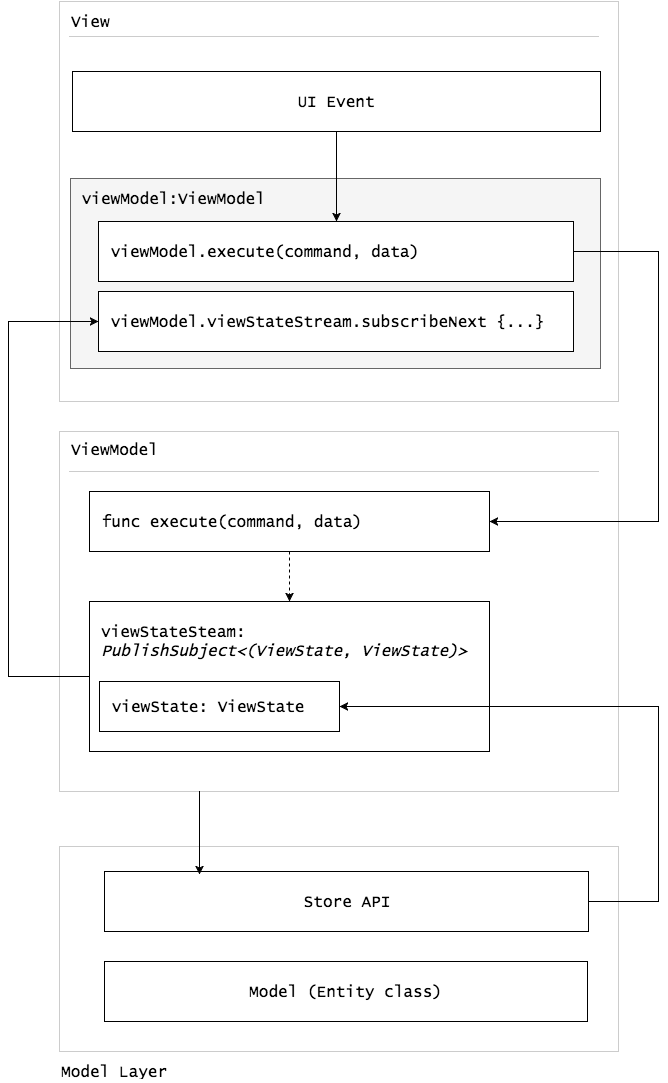
This is assets/MVVM.png from rickyngk/swift-mvvm, a draw.io export, as it was before one commit. Source tidied: cells renumbered, new cells last; positions are measured from the earlier drawing's top-left corner, leaving out a move shared by most shapes. The source it was exported from:
```xml
<mxGraphModel background="#ffffff">
  <root>
    <mxCell id="0" />
    <mxCell id="1" parent="0" />
    <mxCell id="2" style="whiteSpace=wrap;html=1;fontFamily=Lucida Console;fontSize=16;align=left;strokeColor=#CCCCCC;" parent="1" vertex="1">
      <mxGeometry x="51" y="845" width="559" height="205" as="geometry" />
    </mxCell>
    <mxCell id="3" style="whiteSpace=wrap;html=1;fontFamily=Lucida Console;fontSize=16;align=left;strokeColor=#CCCCCC;" parent="1" vertex="1">
      <mxGeometry x="51" width="559" height="400" as="geometry" />
    </mxCell>
    <mxCell id="4" style="whiteSpace=wrap;html=1;fontFamily=Lucida Console;fontSize=16;align=left;strokeColor=#CCCCCC;" parent="1" vertex="1">
      <mxGeometry x="51" y="430" width="559" height="360" as="geometry" />
    </mxCell>
    <mxCell id="5" value="ViewModel" style="text;html=1;strokeColor=none;fillColor=none;align=left;verticalAlign=middle;whiteSpace=wrap;overflow=hidden;fontFamily=Lucida Console;fontSize=16;" parent="1" vertex="1">
      <mxGeometry x="61" y="438" width="110" height="20" as="geometry" />
    </mxCell>
    <mxCell id="6" value="View" style="text;html=1;strokeColor=none;fillColor=none;align=left;verticalAlign=middle;whiteSpace=wrap;overflow=hidden;fontFamily=Lucida Console;fontSize=16;" parent="1" vertex="1">
      <mxGeometry x="61" y="10" width="110" height="20" as="geometry" />
    </mxCell>
    <mxCell id="7" value="&amp;nbsp;func&amp;nbsp;&lt;span style=&quot;line-height: 1.2&quot;&gt;execute(command, data)&lt;/span&gt;" style="whiteSpace=wrap;html=1;fontFamily=Lucida Console;fontSize=16;align=left;" parent="1" vertex="1">
      <mxGeometry x="81" y="490" width="400" height="60" as="geometry" />
    </mxCell>
    <mxCell id="8" style="group;plain-gray;fillColor=none;" parent="1" vertex="1">
      <mxGeometry x="81" y="600" width="400" height="150" as="geometry" />
    </mxCell>
    <mxCell id="9" style="whiteSpace=wrap;html=1;fontSize=16;align=left;" parent="8" vertex="1">
      <mxGeometry width="400" height="150" as="geometry" />
    </mxCell>
    <mxCell id="10" value="&amp;nbsp;v&lt;span style=&quot;line-height: 1.2&quot;&gt;iewState: ViewState&lt;/span&gt;" style="whiteSpace=wrap;html=1;fontSize=16;align=left;fontFamily=Lucida Console;" parent="8" vertex="1">
      <mxGeometry x="10" y="80" width="240" height="50" as="geometry" />
    </mxCell>
    <mxCell id="11" value="viewStateSteam:&lt;br&gt;&lt;i&gt;&lt;span style=&quot;line-height: 1.2&quot;&gt;PublishSubject&lt;/span&gt;&lt;span style=&quot;line-height: 1.2&quot;&gt;&amp;lt;(&lt;/span&gt;&lt;span style=&quot;line-height: 1.2&quot;&gt;ViewState&lt;/span&gt;&lt;span style=&quot;line-height: 1.2&quot;&gt;, &lt;/span&gt;&lt;span style=&quot;line-height: 1.2&quot;&gt;ViewState&lt;/span&gt;&lt;span style=&quot;line-height: 1.2&quot;&gt;)&amp;gt;&lt;/span&gt;&lt;/i&gt;" style="text;html=1;strokeColor=none;fillColor=none;align=left;verticalAlign=middle;whiteSpace=wrap;overflow=hidden;fontSize=16;fontFamily=Lucida Console;" parent="8" vertex="1">
      <mxGeometry x="10" y="10" width="380" height="60" as="geometry" />
    </mxCell>
    <mxCell id="12" style="line;html=1;strokeColor=#CCCCCC;gradientColor=none;fontFamily=Lucida Console;fontSize=16;align=left;strokeWidth=1;" parent="1" vertex="1">
      <mxGeometry x="61" y="465" width="529" height="10" as="geometry" />
    </mxCell>
    <mxCell id="13" style="line;html=1;strokeColor=#CCCCCC;gradientColor=none;fontFamily=Lucida Console;fontSize=16;align=left;strokeWidth=1;" parent="1" vertex="1">
      <mxGeometry x="61" y="30" width="529" height="10" as="geometry" />
    </mxCell>
    <mxCell id="14" style="group;" parent="1" vertex="1">
      <mxGeometry x="62" y="177" width="530" height="190" as="geometry" />
    </mxCell>
    <mxCell id="15" style="whiteSpace=wrap;html=1;fontSize=16;align=left;fontFamily=Lucida Console;plain-gray;gradientColor=none;" parent="14" vertex="1">
      <mxGeometry width="530" height="190" as="geometry" />
    </mxCell>
    <mxCell id="16" value="&amp;nbsp;viewModel.viewStateStream.subscribeNext {...}" style="whiteSpace=wrap;html=1;fontFamily=Lucida Console;fontSize=16;align=left;" parent="14" vertex="1">
      <mxGeometry x="28" y="113" width="475" height="60" as="geometry" />
    </mxCell>
    <mxCell id="17" value="&amp;nbsp;viewModel.execute(command, data)" style="whiteSpace=wrap;html=1;fontFamily=Lucida Console;fontSize=16;align=left;" parent="14" vertex="1">
      <mxGeometry x="28" y="43" width="475" height="60" as="geometry" />
    </mxCell>
    <mxCell id="18" value="&amp;nbsp;viewModel:ViewModel" style="text;html=1;strokeColor=none;fillColor=none;align=left;verticalAlign=middle;whiteSpace=wrap;overflow=hidden;fontFamily=Lucida Console;fontSize=16;" parent="14" vertex="1">
      <mxGeometry y="10" width="210" height="20" as="geometry" />
    </mxCell>
    <mxCell id="19" style="edgeStyle=orthogonalEdgeStyle;rounded=0;html=1;exitX=1;exitY=0.5;entryX=1;entryY=0.5;startArrow=none;startFill=0;jettySize=auto;fontFamily=Lucida Console;fontSize=16;" parent="1" edge="1" source="17" target="7">
      <mxGeometry relative="1" as="geometry">
        <Array as="points">
          <mxPoint x="650" y="250" />
          <mxPoint x="650" y="520" />
        </Array>
      </mxGeometry>
    </mxCell>
    <mxCell id="20" value="Store API" style="whiteSpace=wrap;html=1;strokeColor=#000000;strokeWidth=1;gradientColor=none;fontFamily=Lucida Console;fontSize=16;align=center;" parent="1" vertex="1">
      <mxGeometry x="96" y="870" width="484" height="60" as="geometry" />
    </mxCell>
    <mxCell id="21" value="Model (Entity class)" style="whiteSpace=wrap;html=1;strokeColor=#000000;strokeWidth=1;gradientColor=none;fontFamily=Lucida Console;fontSize=16;align=center;" parent="1" vertex="1">
      <mxGeometry x="96" y="960" width="483" height="60" as="geometry" />
    </mxCell>
    <mxCell id="22" style="edgeStyle=orthogonalEdgeStyle;rounded=0;html=1;entryX=1;entryY=0.5;startArrow=none;startFill=0;jettySize=auto;fontFamily=Lucida Console;fontSize=16;exitX=1;exitY=0.5;" parent="1" edge="1" source="20" target="10">
      <mxGeometry relative="1" as="geometry">
        <Array as="points">
          <mxPoint x="650" y="900" />
          <mxPoint x="650" y="705" />
        </Array>
      </mxGeometry>
    </mxCell>
    <mxCell id="23" value="Model Layer" style="text;html=1;strokeColor=none;fillColor=none;align=left;verticalAlign=middle;whiteSpace=wrap;overflow=hidden;fontFamily=Lucida Console;fontSize=16;" parent="1" vertex="1">
      <mxGeometry x="51" y="1060" width="140" height="20" as="geometry" />
    </mxCell>
    <mxCell id="24" style="edgeStyle=orthogonalEdgeStyle;rounded=0;html=1;exitX=0.5;exitY=1;entryX=0.5;entryY=0;startArrow=none;startFill=0;jettySize=auto;fontFamily=Lucida Console;fontSize=16;dashed=1;" parent="1" edge="1" source="7" target="9">
      <mxGeometry relative="1" as="geometry" />
    </mxCell>
    <mxCell id="25" style="endArrow=classic;html=1;fontFamily=Lucida Console;fontSize=16;exitX=0.25;exitY=1;entryX=0.196;entryY=0.05;entryPerimeter=0;" parent="1" edge="1" source="4" target="20">
      <mxGeometry relative="1" as="geometry" />
    </mxCell>
    <mxCell id="26" style="edgeStyle=orthogonalEdgeStyle;rounded=0;html=1;exitX=0;exitY=0.5;entryX=0;entryY=0.5;startArrow=none;startFill=0;jettySize=auto;fontFamily=Lucida Console;fontSize=16;" parent="1" edge="1" source="9" target="16">
      <mxGeometry relative="1" as="geometry">
        <Array as="points">
          <mxPoint y="675" />
          <mxPoint y="320" />
        </Array>
      </mxGeometry>
    </mxCell>
    <mxCell id="27" value="UI Event" style="whiteSpace=wrap;html=1;fontFamily=Lucida Console;fontSize=16;align=center;" parent="1" vertex="1">
      <mxGeometry x="64" y="70" width="528" height="60" as="geometry" />
    </mxCell>
    <mxCell id="28" style="edgeStyle=orthogonalEdgeStyle;rounded=0;html=1;exitX=0.5;exitY=1;entryX=0.5;entryY=0;startArrow=none;startFill=0;jettySize=auto;fontFamily=Lucida Console;fontSize=16;" parent="1" edge="1" source="27" target="17">
      <mxGeometry relative="1" as="geometry" />
    </mxCell>
  </root>
</mxGraphModel>
```
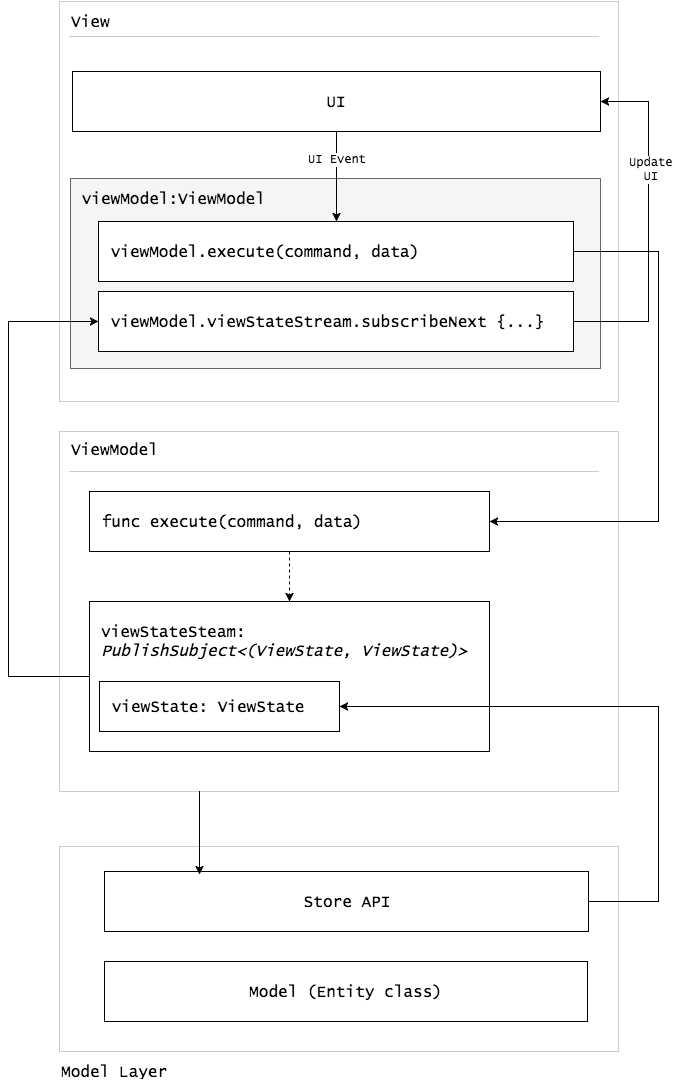
The same file after the commit.

Diff of the diagram source:
```diff
@@ -92,11 +92,25 @@
         </Array>
       </mxGeometry>
     </mxCell>
-    <mxCell id="27" value="UI Event" style="whiteSpace=wrap;html=1;fontFamily=Lucida Console;fontSize=16;align=center;" parent="1" vertex="1">
+    <mxCell id="27" value="UI" style="whiteSpace=wrap;html=1;fontFamily=Lucida Console;fontSize=16;align=center;" parent="1" vertex="1">
       <mxGeometry x="64" y="70" width="528" height="60" as="geometry" />
     </mxCell>
     <mxCell id="28" style="edgeStyle=orthogonalEdgeStyle;rounded=0;html=1;exitX=0.5;exitY=1;entryX=0.5;entryY=0;startArrow=none;startFill=0;jettySize=auto;fontFamily=Lucida Console;fontSize=16;" parent="1" edge="1" source="27" target="17">
       <mxGeometry relative="1" as="geometry" />
     </mxCell>
+    <mxCell id="29" value="&lt;span&gt;UI Event&lt;/span&gt;" style="text;html=1;align=center;verticalAlign=middle;labelBackgroundColor=#ffffff;fontSize=12;fontFamily=Lucida Console;" parent="28" vertex="1">
+      <mxGeometry x="-0.4" relative="1" as="geometry" />
+    </mxCell>
+    <mxCell id="30" style="edgeStyle=orthogonalEdgeStyle;rounded=0;html=1;exitX=1;exitY=0.5;entryX=1;entryY=0.5;startArrow=none;startFill=0;jettySize=auto;fontFamily=Lucida Console;fontSize=16;dashed=1;dashPattern=1 1;" parent="1" edge="1" source="16" target="27">
+      <mxGeometry relative="1" as="geometry">
+        <Array as="points">
+          <mxPoint x="640" y="320" />
+          <mxPoint x="640" y="100" />
+        </Array>
+      </mxGeometry>
+    </mxCell>
+    <mxCell id="31" value="Update&lt;div&gt;UI&lt;/div&gt;" style="text;html=1;align=center;verticalAlign=middle;labelBackgroundColor=#ffffff;fontSize=12;fontFamily=Lucida Console;" parent="30" vertex="1">
+      <mxGeometry x="0.33" y="-2" relative="1" as="geometry" />
+    </mxCell>
   </root>
 </mxGraphModel>
```
